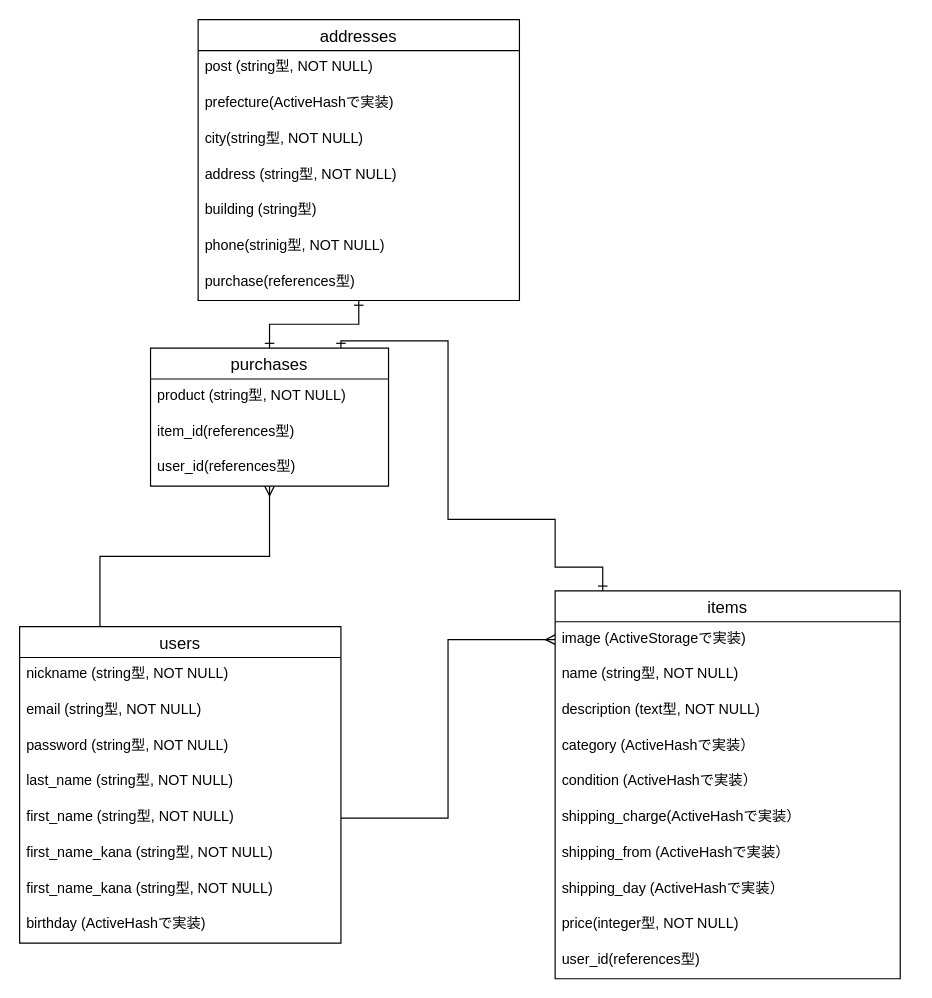
Before: furima.dio in yuki-b4/furima-32983, a draw.io diagram. Source tidied: cells renumbered, new cells numbered last; positions are measured from the earlier drawing's top-left corner, leaving out a move shared by most shapes. Both pictures are drawn from the tidied source at 119%, with x=0, y=0 at pixel (19, 19).
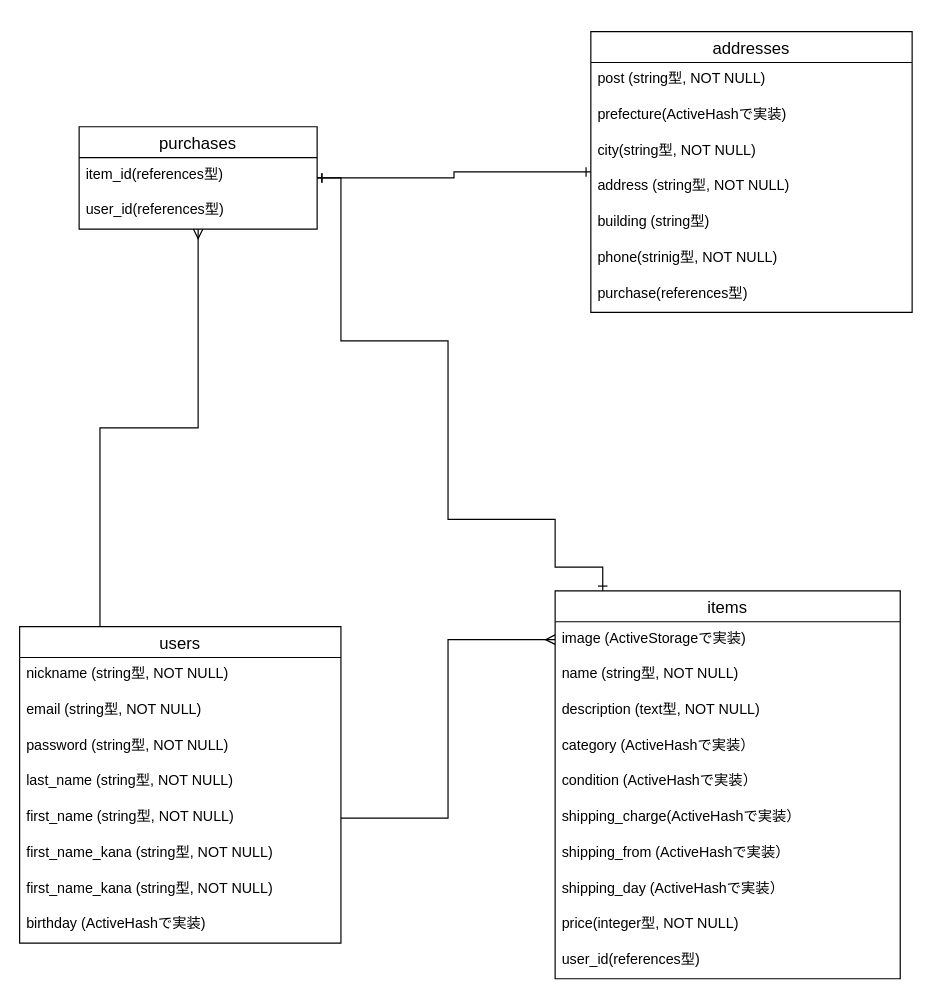
The same diagram, later.

Unchanged cells that the change refers to:
```xml
<mxCell id="13" value="items" style="swimlane;fontStyle=0;horizontal=1;startSize=26;align=center;fontSize=14;" parent="1" vertex="1">
  <mxGeometry x="450" y="480" width="290" height="326" as="geometry" />
</mxCell>
```

What changed in the source:
```diff
@@
     <mxCell id="25" value="addresses" style="swimlane;fontStyle=0;horizontal=1;startSize=26;align=center;fontSize=14;" parent="1" vertex="1">
-      <mxGeometry x="150" width="270" height="236" as="geometry" />
+      <mxGeometry x="480" y="10" width="270" height="236" as="geometry" />
     </mxCell>
@@
     <mxCell id="33" value="purchases" style="swimlane;fontStyle=0;horizontal=1;startSize=26;align=center;fontSize=14;" parent="1" vertex="1">
-      <mxGeometry x="110" y="276" width="200" height="116" as="geometry" />
+      <mxGeometry x="50" y="90" width="200" height="86" as="geometry" />
     </mxCell>
-    <mxCell id="34" value="product (string型, NOT NULL)" style="text;strokeColor=none;fillColor=none;spacingLeft=4;spacingRight=4;overflow=hidden;fontSize=12;" parent="33" vertex="1">
-      <mxGeometry y="26" width="200" height="30" as="geometry" />
-    </mxCell>
     <mxCell id="35" value="item_id(references型)" style="text;strokeColor=none;fillColor=none;spacingLeft=4;spacingRight=4;overflow=hidden;fontSize=12;" parent="33" vertex="1">
-      <mxGeometry y="56" width="200" height="30" as="geometry" />
+      <mxGeometry y="26" width="200" height="30" as="geometry" />
     </mxCell>
     <mxCell id="36" value="user_id(references型)" style="text;strokeColor=none;fillColor=none;spacingLeft=4;spacingRight=4;overflow=hidden;fontSize=12;" parent="33" vertex="1">
-      <mxGeometry y="86" width="200" height="30" as="geometry" />
+      <mxGeometry y="56" width="200" height="30" as="geometry" />
     </mxCell>
-    <mxCell id="37" style="edgeStyle=orthogonalEdgeStyle;rounded=0;jettySize=auto;html=1;startArrow=ERone;startFill=0;endArrow=ERone;endFill=0;" parent="1" edge="1" source="13">
+    <mxCell id="37" style="edgeStyle=orthogonalEdgeStyle;rounded=0;jettySize=auto;html=1;startArrow=ERone;startFill=0;endArrow=ERone;endFill=0;" parent="1" edge="1" source="13" target="33">
       <mxGeometry relative="1" as="geometry">
-        <mxPoint x="270" y="276" as="targetPoint" />
         <Array as="points">
           <mxPoint x="490" y="460" />
           <mxPoint x="450" y="460" />
           <mxPoint x="450" y="420" />
           <mxPoint x="360" y="420" />
           <mxPoint x="360" y="270" />
           <mxPoint x="270" y="270" />
+          <mxPoint x="270" y="133" />
         </Array>
       </mxGeometry>
     </mxCell>
```
